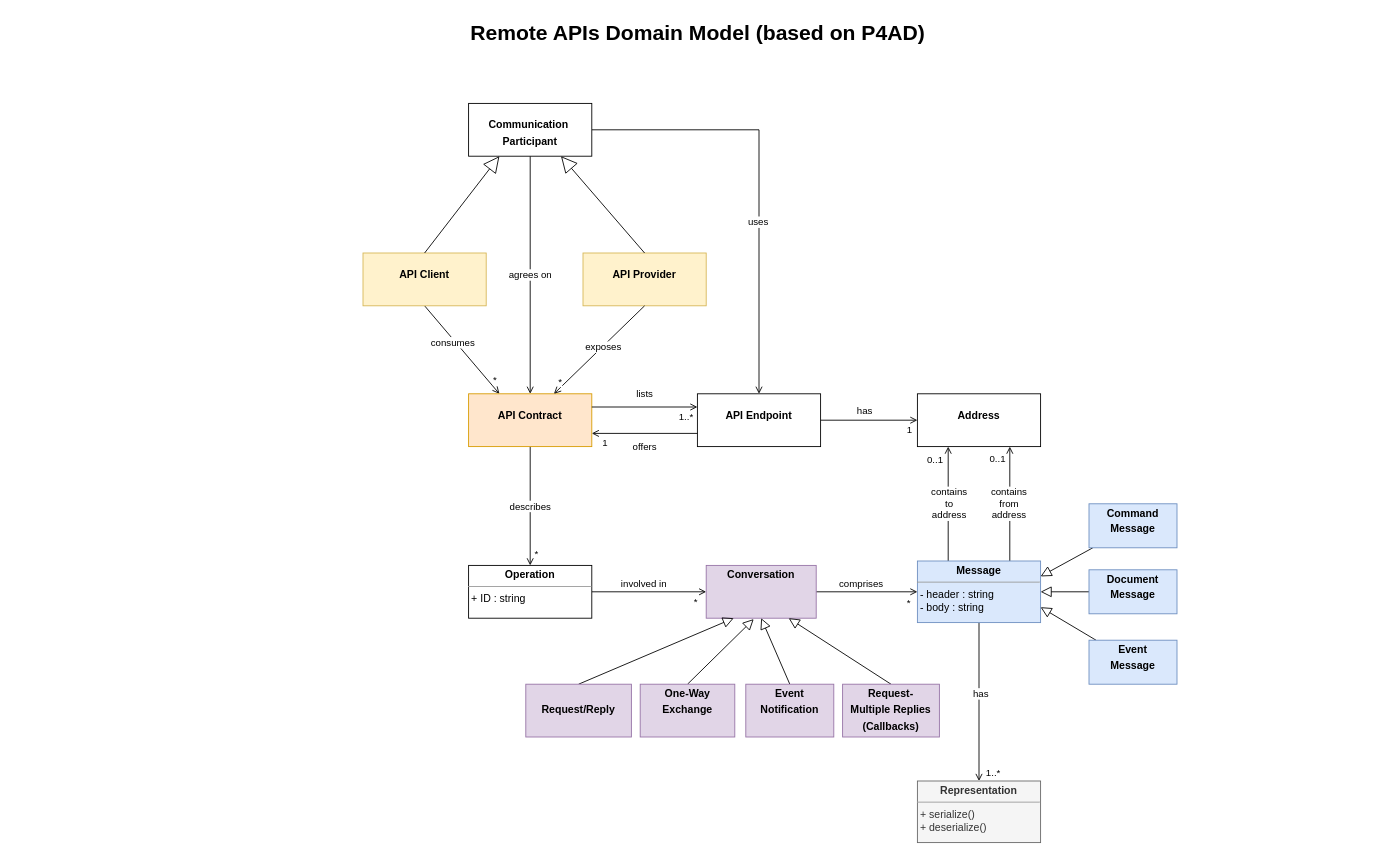
crjaensch/diagrams.net keeps this draw.io diagram as Remote-API-Domain-Model.drawio. Above is the earlier version. Source tidied: cells renumbered, new cells numbered last; positions are measured from the earlier drawing's top-left corner, leaving out a move shared by most shapes. Both pictures are drawn from the tidied source at 88%, with x=0, y=0 at pixel (33, 15).
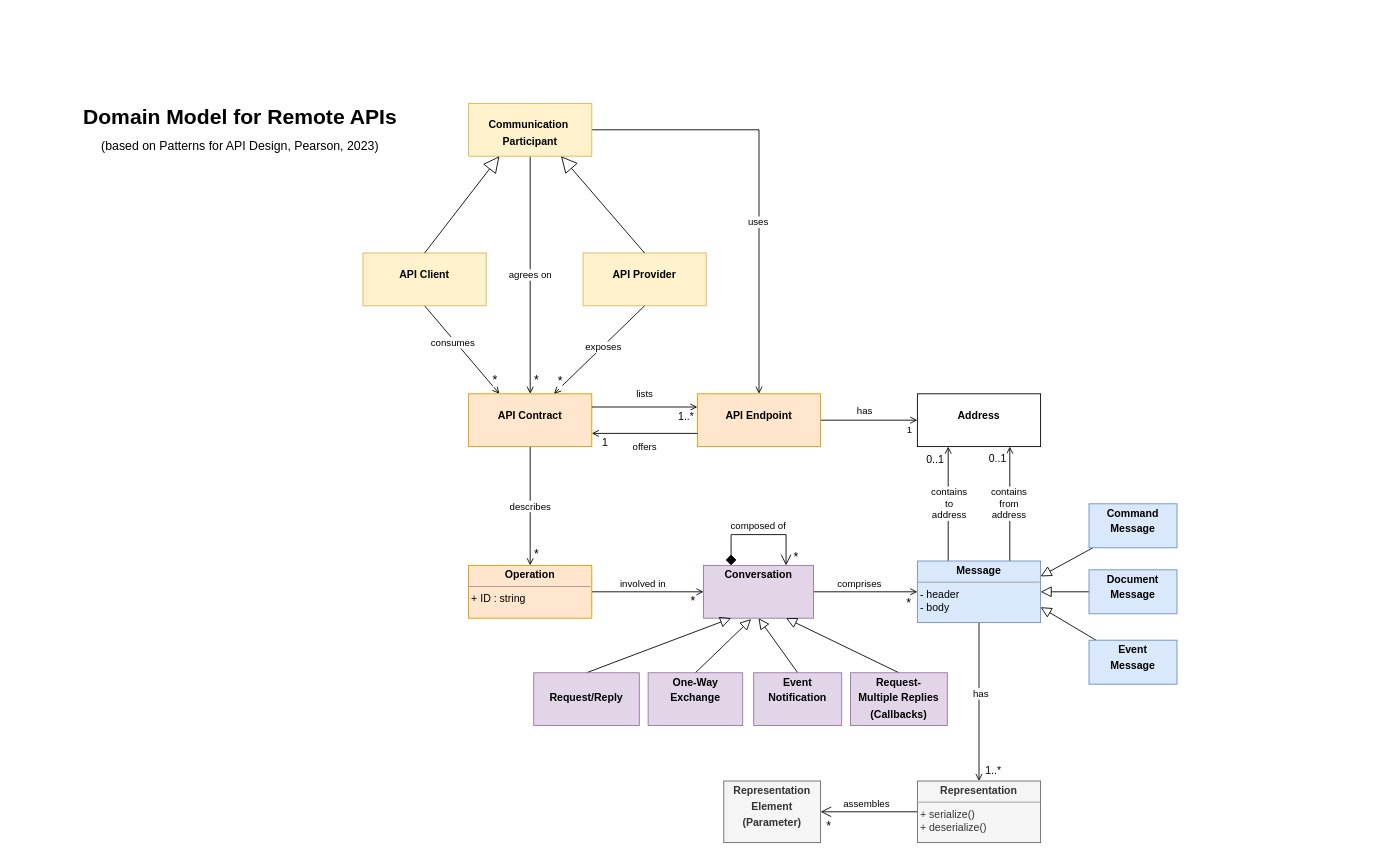
Above is the later version.

The change refers to these unchanged cells:
```xml
<mxCell id="3" style="rounded=0;jettySize=auto;html=1;exitX=0.5;exitY=1;exitDx=0;exitDy=0;entryX=0.25;entryY=0;entryDx=0;entryDy=0;endArrow=open;endFill=0;labelBackgroundColor=none;fontColor=default;" parent="1" edge="1" source="6" target="14">
  <mxGeometry relative="1" as="geometry" />
</mxCell>
<mxCell id="10" value="agrees on" style="edgeStyle=orthogonalEdgeStyle;rounded=0;jettySize=auto;html=1;exitX=0.5;exitY=1;exitDx=0;exitDy=0;endArrow=open;endFill=0;" parent="1" edge="1" source="11" target="14">
  <mxGeometry relative="1" as="geometry" />
</mxCell>
<mxCell id="12" value="describes" style="rounded=0;jettySize=auto;html=1;exitX=0.5;exitY=1;exitDx=0;exitDy=0;endArrow=open;endFill=0;" parent="1" edge="1" source="14" target="31">
  <mxGeometry relative="1" as="geometry" />
</mxCell>
<mxCell id="21" style="rounded=0;jettySize=auto;html=1;exitX=0.5;exitY=1;exitDx=0;exitDy=0;entryX=0.693;entryY=0;entryDx=0;entryDy=0;endArrow=open;endFill=0;entryPerimeter=0;labelBackgroundColor=none;fontColor=default;" parent="1" edge="1" source="7" target="14">
  <mxGeometry relative="1" as="geometry" />
</mxCell>
<mxCell id="24" value="lists" style="rounded=0;jettySize=auto;html=1;exitX=1;exitY=0.25;exitDx=0;exitDy=0;entryX=0;entryY=0.25;entryDx=0;entryDy=0;endArrow=open;endFill=0;labelBackgroundColor=none;fontColor=default;" parent="1" edge="1" source="14" target="17">
  <mxGeometry y="15" relative="1" as="geometry" />
</mxCell>
<mxCell id="26" value="offers" style="rounded=0;orthogonalLoop=1;jettySize=auto;html=1;exitX=0;exitY=0.75;exitDx=0;exitDy=0;entryX=1;entryY=0.75;entryDx=0;entryDy=0;endArrow=open;endFill=0;labelBackgroundColor=none;fontColor=default;" parent="1" edge="1">
  <mxGeometry y="15" relative="1" as="geometry">
    <mxPoint x="755" y="475" as="sourcePoint" />
    <mxPoint x="635" y="475" as="targetPoint" />
  </mxGeometry>
</mxCell>
<mxCell id="28" style="edgeStyle=none;rounded=0;jettySize=auto;html=1;exitX=1;exitY=0.5;exitDx=0;exitDy=0;entryX=0;entryY=0.5;entryDx=0;entryDy=0;endArrow=open;endFill=0;" parent="1" edge="1" source="31" target="46">
  <mxGeometry relative="1" as="geometry" />
</mxCell>
<mxCell id="32" style="edgeStyle=none;rounded=0;jettySize=auto;html=1;exitX=0.25;exitY=0;exitDx=0;exitDy=0;endArrow=open;endFill=0;entryX=0.25;entryY=1;entryDx=0;entryDy=0;" parent="1" edge="1" source="41" target="18">
  <mxGeometry relative="1" as="geometry" />
</mxCell>
<mxCell id="35" style="edgeStyle=none;rounded=0;jettySize=auto;html=1;exitX=0.75;exitY=0;exitDx=0;exitDy=0;entryX=0.75;entryY=1;entryDx=0;entryDy=0;endArrow=open;endFill=0;" parent="1" edge="1" source="41" target="18">
  <mxGeometry relative="1" as="geometry" />
</mxCell>
<mxCell id="38" style="edgeStyle=none;rounded=0;jettySize=auto;html=1;exitX=0.5;exitY=1;exitDx=0;exitDy=0;entryX=0.5;entryY=0;entryDx=0;entryDy=0;endArrow=open;endFill=0;" parent="1" edge="1" source="41" target="42">
  <mxGeometry relative="1" as="geometry" />
</mxCell>
<mxCell id="42" value="&lt;p style=&quot;margin:0px;margin-top:4px;text-align:center;&quot;&gt;&lt;b&gt;Representation&lt;/b&gt;&lt;/p&gt;&lt;hr size=&quot;1&quot;&gt;&lt;div style=&quot;height:2px;&quot;&gt;&amp;nbsp;+ serialize()&lt;br&gt;&amp;nbsp;+ deserialize()&lt;/div&gt;&lt;div style=&quot;height:2px;&quot;&gt;&lt;br&gt;&lt;/div&gt;&lt;div style=&quot;height:2px;&quot;&gt;&lt;br&gt;&lt;/div&gt;&lt;div style=&quot;height:2px;&quot;&gt;&lt;br&gt;&lt;/div&gt;" style="verticalAlign=top;align=left;overflow=fill;fontSize=12;fontFamily=Helvetica;html=1;fillColor=#f5f5f5;strokeColor=#666666;fontColor=#333333;" parent="1" vertex="1">
  <mxGeometry x="1005" y="870" width="140" height="70" as="geometry" />
</mxCell>
<mxCell id="43" style="edgeStyle=none;rounded=0;jettySize=auto;html=1;exitX=1;exitY=0.5;exitDx=0;exitDy=0;endArrow=open;endFill=0;" parent="1" edge="1" source="46">
  <mxGeometry relative="1" as="geometry">
    <mxPoint x="1005" y="655" as="targetPoint" />
  </mxGeometry>
</mxCell>
```

Change to the diagram source:
```diff
@@
-    <mxCell id="2" value="Remote APIs Domain Model (based on P4AD)" style="text;strokeColor=none;fillColor=none;html=1;fontSize=24;fontStyle=1;verticalAlign=middle;align=center;labelBackgroundColor=none;rounded=0;" parent="1" vertex="1">
-      <mxGeometry width="1510" height="40" as="geometry" />
+    <mxCell id="2" value="Domain Model for Remote APIs &lt;br&gt;&lt;font style=&quot;font-size: 14px; font-weight: normal;&quot;&gt;(based on Patterns for API Design, Pearson, 2023)&lt;/font&gt;" style="text;strokeColor=none;fillColor=none;html=1;fontSize=24;fontStyle=1;verticalAlign=middle;align=center;labelBackgroundColor=none;rounded=0;" parent="1" vertex="1">
+      <mxGeometry x="-20" y="100" width="510" height="60" as="geometry" />
     </mxCell>
@@
-    <mxCell id="4" value="*" style="edgeLabel;html=1;align=center;verticalAlign=middle;" parent="3" vertex="1">
+    <mxCell id="4" value="*" style="edgeLabel;html=1;align=center;verticalAlign=middle;fontSize=14;" parent="3" vertex="1">
       <mxGeometry x="0.8" y="3" relative="1" as="geometry">
         <mxPoint x="1" y="-4" as="offset" />
       </mxGeometry>
     </mxCell>
@@
+    <mxCell id="62" value="*" style="edgeLabel;html=1;align=center;verticalAlign=middle;fontSize=14;" parent="10" vertex="1">
+      <mxGeometry x="0.91" relative="1" as="geometry">
+        <mxPoint x="6" y="-5" as="offset" />
+      </mxGeometry>
+    </mxCell>
-    <mxCell id="11" value="&lt;p style=&quot;margin:0px;margin-top:4px;text-align:center;&quot;&gt;&lt;br&gt;&lt;b&gt;Communication&amp;nbsp;&lt;/b&gt;&lt;/p&gt;&lt;p style=&quot;margin:0px;margin-top:4px;text-align:center;&quot;&gt;&lt;b&gt;Participant&lt;/b&gt;&lt;/p&gt;" style="verticalAlign=top;align=left;overflow=fill;fontSize=12;fontFamily=Helvetica;html=1;labelBackgroundColor=none;rounded=0;" parent="1" vertex="1">
+    <mxCell id="11" value="&lt;p style=&quot;margin:0px;margin-top:4px;text-align:center;&quot;&gt;&lt;br&gt;&lt;b&gt;Communication&amp;nbsp;&lt;/b&gt;&lt;/p&gt;&lt;p style=&quot;margin:0px;margin-top:4px;text-align:center;&quot;&gt;&lt;b&gt;Participant&lt;/b&gt;&lt;/p&gt;" style="verticalAlign=top;align=left;overflow=fill;fontSize=12;fontFamily=Helvetica;html=1;labelBackgroundColor=none;rounded=0;fillColor=#fff2cc;strokeColor=#d6b656;" parent="1" vertex="1">
       <mxGeometry x="495" y="100" width="140" height="60" as="geometry" />
     </mxCell>
@@
-    <mxCell id="13" value="*" style="edgeLabel;html=1;align=center;verticalAlign=middle;" parent="12" vertex="1">
+    <mxCell id="13" value="*" style="edgeLabel;html=1;align=center;verticalAlign=middle;fontSize=14;" parent="12" vertex="1">
       <mxGeometry x="0.74" relative="1" as="geometry">
         <mxPoint x="6" y="4" as="offset" />
       </mxGeometry>
     </mxCell>
@@
-    <mxCell id="17" value="&lt;p style=&quot;margin:0px;margin-top:4px;text-align:center;&quot;&gt;&lt;br&gt;&lt;b&gt;API Endpoint&lt;/b&gt;&lt;/p&gt;" style="verticalAlign=top;align=left;overflow=fill;fontSize=12;fontFamily=Helvetica;html=1;labelBackgroundColor=none;rounded=0;" parent="1" vertex="1">
+    <mxCell id="17" value="&lt;p style=&quot;margin:0px;margin-top:4px;text-align:center;&quot;&gt;&lt;br&gt;&lt;b&gt;API Endpoint&lt;/b&gt;&lt;/p&gt;" style="verticalAlign=top;align=left;overflow=fill;fontSize=12;fontFamily=Helvetica;html=1;labelBackgroundColor=none;rounded=0;fillColor=#ffe6cc;strokeColor=#d79b00;" parent="1" vertex="1">
       <mxGeometry x="755" y="430" width="140" height="60" as="geometry" />
     </mxCell>
@@
-    <mxCell id="22" value="*" style="edgeLabel;html=1;align=center;verticalAlign=middle;" parent="21" vertex="1">
+    <mxCell id="22" value="*" style="edgeLabel;html=1;align=center;verticalAlign=middle;fontSize=14;" parent="21" vertex="1">
       <mxGeometry x="0.72" y="-2" relative="1" as="geometry">
         <mxPoint x="-7" y="1" as="offset" />
       </mxGeometry>
     </mxCell>
@@
-    <mxCell id="25" value="1..*" style="edgeLabel;html=1;align=center;verticalAlign=middle;" parent="24" vertex="1">
+    <mxCell id="25" value="1..*" style="edgeLabel;html=1;align=center;verticalAlign=middle;fontSize=12;" parent="24" vertex="1">
       <mxGeometry x="0.73" y="-6" relative="1" as="geometry">
         <mxPoint x="2" y="4" as="offset" />
       </mxGeometry>
     </mxCell>
@@
-    <mxCell id="27" value="1" style="edgeLabel;html=1;align=center;verticalAlign=middle;" parent="26" vertex="1">
+    <mxCell id="27" value="1" style="edgeLabel;html=1;align=center;verticalAlign=middle;fontSize=12;" parent="26" vertex="1">
       <mxGeometry x="0.77" y="2" relative="1" as="geometry">
         <mxPoint y="8" as="offset" />
       </mxGeometry>
     </mxCell>
@@
-    <mxCell id="30" value="*" style="edgeLabel;html=1;align=center;verticalAlign=middle;" parent="28" vertex="1">
+    <mxCell id="30" value="*" style="edgeLabel;html=1;align=center;verticalAlign=middle;fontSize=14;" parent="28" vertex="1">
       <mxGeometry x="0.8" relative="1" as="geometry">
         <mxPoint y="10" as="offset" />
       </mxGeometry>
     </mxCell>
-    <mxCell id="31" value="&lt;p style=&quot;margin:0px;margin-top:4px;text-align:center;&quot;&gt;&lt;b&gt;Operation&lt;/b&gt;&lt;/p&gt;&lt;hr size=&quot;1&quot;&gt;&lt;div style=&quot;height:2px;&quot;&gt;&amp;nbsp;+ ID : string&lt;/div&gt;" style="verticalAlign=top;align=left;overflow=fill;fontSize=12;fontFamily=Helvetica;html=1;" parent="1" vertex="1">
+    <mxCell id="31" value="&lt;p style=&quot;margin:0px;margin-top:4px;text-align:center;&quot;&gt;&lt;b&gt;Operation&lt;/b&gt;&lt;/p&gt;&lt;hr size=&quot;1&quot;&gt;&lt;div style=&quot;height:2px;&quot;&gt;&amp;nbsp;+ ID : string&lt;/div&gt;" style="verticalAlign=top;align=left;overflow=fill;fontSize=12;fontFamily=Helvetica;html=1;fillColor=#ffe6cc;strokeColor=#d79b00;" parent="1" vertex="1">
       <mxGeometry x="495" y="625" width="140" height="60" as="geometry" />
     </mxCell>
@@
-    <mxCell id="34" value="0..1" style="edgeLabel;html=1;align=center;verticalAlign=middle;" parent="32" vertex="1">
+    <mxCell id="34" value="0..1" style="edgeLabel;html=1;align=center;verticalAlign=middle;fontSize=12;" parent="32" vertex="1">
       <mxGeometry x="0.79" relative="1" as="geometry">
         <mxPoint x="-16" as="offset" />
       </mxGeometry>
     </mxCell>
@@
-    <mxCell id="37" value="0..1" style="edgeLabel;html=1;align=center;verticalAlign=middle;" parent="35" vertex="1">
+    <mxCell id="37" value="0..1" style="edgeLabel;html=1;align=center;verticalAlign=middle;fontSize=12;" parent="35" vertex="1">
       <mxGeometry x="0.8" y="-1" relative="1" as="geometry">
         <mxPoint x="-16" as="offset" />
       </mxGeometry>
     </mxCell>
@@
-    <mxCell id="40" value="1..*" style="edgeLabel;html=1;align=center;verticalAlign=middle;" parent="38" vertex="1">
+    <mxCell id="40" value="1..*" style="edgeLabel;html=1;align=center;verticalAlign=middle;fontSize=12;" parent="38" vertex="1">
       <mxGeometry x="0.82" relative="1" as="geometry">
-        <mxPoint x="15" y="6" as="offset" />
+        <mxPoint x="15" y="3" as="offset" />
       </mxGeometry>
     </mxCell>
-    <mxCell id="41" value="&lt;p style=&quot;margin:0px;margin-top:4px;text-align:center;&quot;&gt;&lt;b&gt;Message&lt;/b&gt;&lt;/p&gt;&lt;hr size=&quot;1&quot;&gt;&lt;div style=&quot;height:2px;&quot;&gt;&amp;nbsp;- header : string&lt;br&gt;&amp;nbsp;- body : string&lt;/div&gt;&lt;div style=&quot;height:2px;&quot;&gt;&lt;br&gt;&lt;/div&gt;&lt;div style=&quot;height:2px;&quot;&gt;&lt;br&gt;&lt;/div&gt;&lt;div style=&quot;height:2px;&quot;&gt;&lt;br&gt;&lt;/div&gt;" style="verticalAlign=top;align=left;overflow=fill;fontSize=12;fontFamily=Helvetica;html=1;fillColor=#dae8fc;strokeColor=#6c8ebf;" parent="1" vertex="1">
+    <mxCell id="41" value="&lt;p style=&quot;margin:0px;margin-top:4px;text-align:center;&quot;&gt;&lt;b&gt;Message&lt;/b&gt;&lt;/p&gt;&lt;hr size=&quot;1&quot;&gt;&lt;div style=&quot;height:2px;&quot;&gt;&amp;nbsp;- header&lt;br&gt;&amp;nbsp;- body&lt;/div&gt;&lt;div style=&quot;height:2px;&quot;&gt;&lt;br&gt;&lt;/div&gt;&lt;div style=&quot;height:2px;&quot;&gt;&lt;br&gt;&lt;/div&gt;&lt;div style=&quot;height:2px;&quot;&gt;&lt;br&gt;&lt;/div&gt;" style="verticalAlign=top;align=left;overflow=fill;fontSize=12;fontFamily=Helvetica;html=1;fillColor=#dae8fc;strokeColor=#6c8ebf;" parent="1" vertex="1">
       <mxGeometry x="1005" y="620" width="140" height="70" as="geometry" />
     </mxCell>
+    <mxCell id="63" style="rounded=0;jettySize=auto;html=1;exitX=0;exitY=0.5;exitDx=0;exitDy=0;fontSize=14;startArrow=none;startFill=0;endArrow=open;endFill=0;startSize=10;endSize=10;entryX=1;entryY=0.5;entryDx=0;entryDy=0;" parent="1" edge="1" source="42" target="69">
+      <mxGeometry relative="1" as="geometry" />
+    </mxCell>
+    <mxCell id="64" value="assembles" style="edgeLabel;html=1;align=center;verticalAlign=middle;fontSize=11;" parent="63" vertex="1">
+      <mxGeometry x="0.02" y="2" relative="1" as="geometry">
+        <mxPoint x="-3" y="-12" as="offset" />
+      </mxGeometry>
+    </mxCell>
+    <mxCell id="65" value="*" style="edgeLabel;html=1;align=center;verticalAlign=middle;fontSize=14;" parent="63" vertex="1">
+      <mxGeometry x="0.75" y="3" relative="1" as="geometry">
+        <mxPoint x="-6" y="12" as="offset" />
+      </mxGeometry>
+    </mxCell>
@@
-    <mxCell id="45" value="*" style="edgeLabel;html=1;align=center;verticalAlign=middle;" parent="43" vertex="1">
+    <mxCell id="45" value="*" style="edgeLabel;html=1;align=center;verticalAlign=middle;fontSize=14;" parent="43" vertex="1">
       <mxGeometry x="0.81" y="1" relative="1" as="geometry">
         <mxPoint y="13" as="offset" />
       </mxGeometry>
     </mxCell>
     <mxCell id="46" value="&lt;p style=&quot;margin:0px;margin-top:4px;text-align:center;&quot;&gt;&lt;b&gt;Conversation&lt;/b&gt;&lt;br&gt;&lt;/p&gt;" style="verticalAlign=top;align=left;overflow=fill;fontSize=12;fontFamily=Helvetica;html=1;labelBackgroundColor=none;rounded=0;fillColor=#e1d5e7;strokeColor=#9673a6;" parent="1" vertex="1">
-      <mxGeometry x="765" y="625" width="125" height="60" as="geometry" />
+      <mxGeometry x="762" y="625" width="125" height="60" as="geometry" />
     </mxCell>
@@
     <mxCell id="49" value="&lt;p style=&quot;margin:0px;margin-top:4px;text-align:center;&quot;&gt;&lt;b&gt;&lt;br&gt;&lt;/b&gt;&lt;/p&gt;&lt;p style=&quot;margin:0px;margin-top:4px;text-align:center;&quot;&gt;&lt;b&gt;Request/Reply&lt;/b&gt;&lt;/p&gt;" style="verticalAlign=top;align=left;overflow=fill;fontSize=12;fontFamily=Helvetica;html=1;labelBackgroundColor=none;rounded=0;fillColor=#e1d5e7;strokeColor=#9673a6;" parent="1" vertex="1">
-      <mxGeometry x="560" y="760" width="120" height="60" as="geometry" />
+      <mxGeometry x="569" y="747" width="120" height="60" as="geometry" />
     </mxCell>
@@
     <mxCell id="51" value="&lt;p style=&quot;margin:0px;margin-top:4px;text-align:center;&quot;&gt;&lt;b&gt;One-Way&lt;/b&gt;&lt;br&gt;&lt;/p&gt;&lt;p style=&quot;margin:0px;margin-top:4px;text-align:center;&quot;&gt;&lt;b&gt;Exchange&lt;/b&gt;&lt;/p&gt;" style="verticalAlign=top;align=left;overflow=fill;fontSize=12;fontFamily=Helvetica;html=1;labelBackgroundColor=none;rounded=0;fillColor=#e1d5e7;strokeColor=#9673a6;" parent="1" vertex="1">
-      <mxGeometry x="690" y="760" width="107.5" height="60" as="geometry" />
+      <mxGeometry x="699" y="747" width="107.5" height="60" as="geometry" />
     </mxCell>
@@
     <mxCell id="53" value="&lt;p style=&quot;margin:0px;margin-top:4px;text-align:center;&quot;&gt;&lt;b&gt;Event&lt;/b&gt;&lt;/p&gt;&lt;p style=&quot;margin:0px;margin-top:4px;text-align:center;&quot;&gt;&lt;b&gt;Notification&lt;/b&gt;&lt;/p&gt;" style="verticalAlign=top;align=left;overflow=fill;fontSize=12;fontFamily=Helvetica;html=1;labelBackgroundColor=none;rounded=0;fillColor=#e1d5e7;strokeColor=#9673a6;" parent="1" vertex="1">
-      <mxGeometry x="810" y="760" width="100" height="60" as="geometry" />
+      <mxGeometry x="819" y="747" width="100" height="60" as="geometry" />
     </mxCell>
@@
     <mxCell id="55" value="&lt;p style=&quot;margin:0px;margin-top:4px;text-align:center;&quot;&gt;&lt;b&gt;Request-&lt;/b&gt;&lt;/p&gt;&lt;p style=&quot;margin:0px;margin-top:4px;text-align:center;&quot;&gt;&lt;b&gt;Multiple Replies&lt;/b&gt;&lt;/p&gt;&lt;p style=&quot;margin:0px;margin-top:4px;text-align:center;&quot;&gt;&lt;b&gt;(Callbacks)&lt;/b&gt;&lt;/p&gt;" style="verticalAlign=top;align=left;overflow=fill;fontSize=12;fontFamily=Helvetica;html=1;labelBackgroundColor=none;rounded=0;fillColor=#e1d5e7;strokeColor=#9673a6;" parent="1" vertex="1">
-      <mxGeometry x="920" y="760" width="110" height="60" as="geometry" />
+      <mxGeometry x="929" y="747" width="110" height="60" as="geometry" />
     </mxCell>
@@
+    <mxCell id="66" style="edgeStyle=orthogonalEdgeStyle;rounded=0;orthogonalLoop=1;jettySize=auto;html=1;exitX=0.25;exitY=0;exitDx=0;exitDy=0;entryX=0.75;entryY=0;entryDx=0;entryDy=0;startArrow=diamond;startFill=1;endSize=10;startSize=10;endArrow=open;endFill=0;" parent="1" edge="1" source="46" target="46">
+      <mxGeometry relative="1" as="geometry">
+        <Array as="points">
+          <mxPoint x="796" y="590" />
+          <mxPoint x="859" y="590" />
+        </Array>
+      </mxGeometry>
+    </mxCell>
+    <mxCell id="67" value="composed of" style="edgeLabel;html=1;align=center;verticalAlign=middle;" parent="66" vertex="1">
+      <mxGeometry x="-0.19" relative="1" as="geometry">
+        <mxPoint x="11" y="-11" as="offset" />
+      </mxGeometry>
+    </mxCell>
+    <mxCell id="68" value="*" style="edgeLabel;html=1;align=center;verticalAlign=middle;fontSize=14;" parent="66" vertex="1">
+      <mxGeometry x="0.86" y="-2" relative="1" as="geometry">
+        <mxPoint x="13" as="offset" />
+      </mxGeometry>
+    </mxCell>
+    <mxCell id="69" value="&lt;p style=&quot;margin:0px;margin-top:4px;text-align:center;&quot;&gt;&lt;b&gt;Representation&lt;/b&gt;&lt;/p&gt;&lt;p style=&quot;margin:0px;margin-top:4px;text-align:center;&quot;&gt;&lt;b&gt;Element&lt;/b&gt;&lt;/p&gt;&lt;p style=&quot;margin:0px;margin-top:4px;text-align:center;&quot;&gt;&lt;b&gt;(Parameter)&lt;/b&gt;&lt;/p&gt;" style="verticalAlign=top;align=left;overflow=fill;fontSize=12;fontFamily=Helvetica;html=1;labelBackgroundColor=none;rounded=0;fillColor=#f5f5f5;strokeColor=#666666;fontColor=#333333;" parent="1" vertex="1">
+      <mxGeometry x="785" y="870" width="110" height="70" as="geometry" />
+    </mxCell>
```
